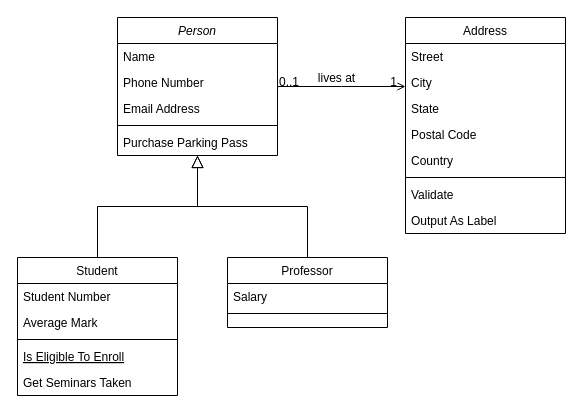
Earlier version of the draw.io diagram engenharia_de_software/Diagrama sem nome.drawio (Alessandra-Moreira/bertoti). Source tidied: cells renumbered, new cells numbered last; positions are measured from the earlier drawing's top-left corner, leaving out a move shared by most shapes. Both pictures are drawn from the tidied source at 100%, with x=0, y=0 at pixel (17, 17).
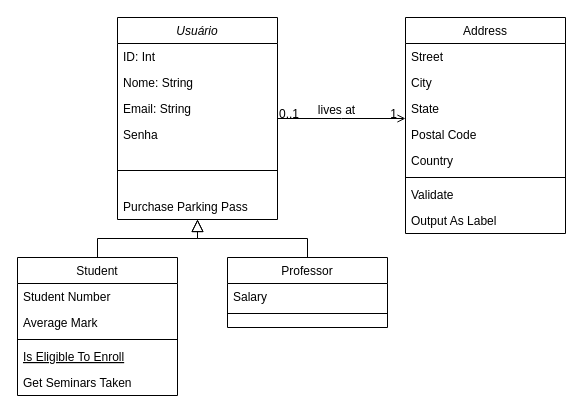
The same page after the edit.

The edit, as a diff of the source:
```diff
@@
-    <mxCell id="2" value="Person" style="swimlane;fontStyle=2;align=center;verticalAlign=top;horizontal=1;startSize=26;rounded=0;shadow=0;strokeWidth=1;" parent="1" vertex="1">
-      <mxGeometry x="100" width="160" height="138" as="geometry" />
+    <mxCell id="2" value="Usuário" style="swimlane;fontStyle=2;align=center;verticalAlign=top;horizontal=1;startSize=26;rounded=0;shadow=0;strokeWidth=1;" parent="1" vertex="1">
+      <mxGeometry x="100" width="160" height="202" as="geometry" />
     </mxCell>
-    <mxCell id="3" value="Name" style="text;align=left;verticalAlign=top;spacingLeft=4;spacingRight=4;overflow=hidden;" parent="2" vertex="1">
+    <mxCell id="3" value="ID: Int" style="text;align=left;verticalAlign=top;spacingLeft=4;spacingRight=4;overflow=hidden;" parent="2" vertex="1">
       <mxGeometry y="26" width="160" height="26" as="geometry" />
     </mxCell>
-    <mxCell id="4" value="Phone Number" style="text;align=left;verticalAlign=top;spacingLeft=4;spacingRight=4;overflow=hidden;rounded=0;shadow=0;html=0;" parent="2" vertex="1">
+    <mxCell id="4" value="Nome: String" style="text;align=left;verticalAlign=top;spacingLeft=4;spacingRight=4;overflow=hidden;rounded=0;shadow=0;html=0;" parent="2" vertex="1">
       <mxGeometry y="52" width="160" height="26" as="geometry" />
     </mxCell>
-    <mxCell id="5" value="Email Address" style="text;align=left;verticalAlign=top;spacingLeft=4;spacingRight=4;overflow=hidden;rounded=0;shadow=0;html=0;" parent="2" vertex="1">
+    <mxCell id="5" value="Email: String" style="text;align=left;verticalAlign=top;spacingLeft=4;spacingRight=4;overflow=hidden;rounded=0;shadow=0;html=0;" parent="2" vertex="1">
       <mxGeometry y="78" width="160" height="26" as="geometry" />
     </mxCell>
+    <mxCell id="32" value="Senha" style="text;align=left;verticalAlign=top;spacingLeft=4;spacingRight=4;overflow=hidden;rounded=0;shadow=0;html=0;" parent="2" vertex="1">
+      <mxGeometry y="104" width="160" height="26" as="geometry" />
+    </mxCell>
     <mxCell id="6" style="line;html=1;strokeWidth=1;align=left;verticalAlign=middle;spacingTop=-1;spacingLeft=3;spacingRight=3;labelPosition=right;" parent="2" vertex="1">
-      <mxGeometry y="104" width="160" height="8" as="geometry" />
+      <mxGeometry y="130" width="160" height="46" as="geometry" />
     </mxCell>
     <mxCell id="7" value="Purchase Parking Pass" style="text;align=left;verticalAlign=top;spacingLeft=4;spacingRight=4;overflow=hidden;" parent="2" vertex="1">
-      <mxGeometry y="112" width="160" height="26" as="geometry" />
+      <mxGeometry y="176" width="160" height="26" as="geometry" />
     </mxCell>
```
